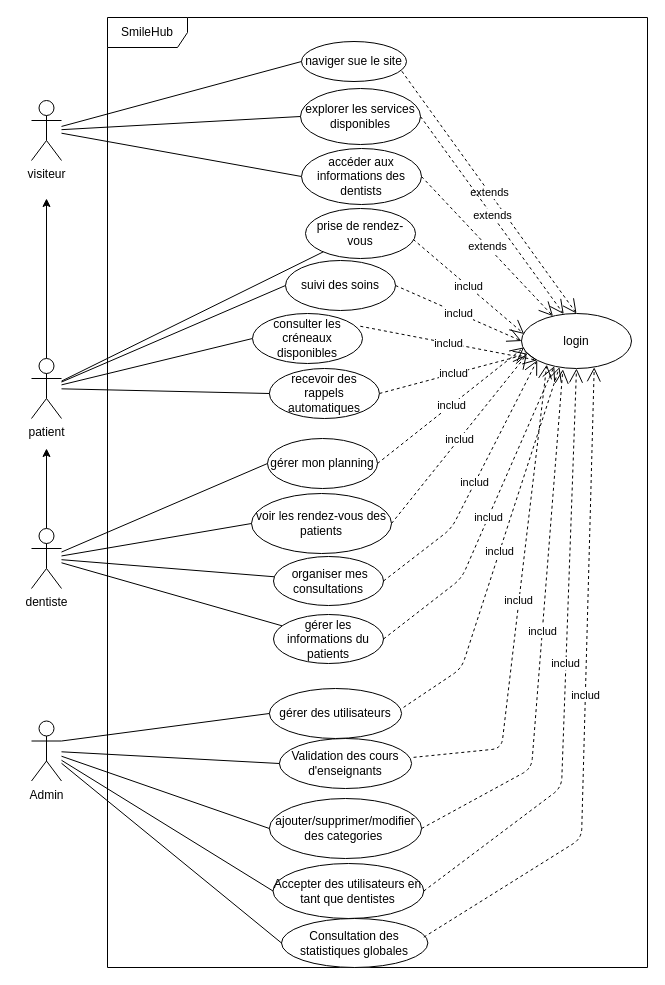
This is CONCEPTION/UC.drawio from AmeksaKhadija/SmilHub, a draw.io file, before an edit. Source tidied: cells renumbered, new cells numbered last; positions are measured from the earlier drawing's top-left corner, leaving out a move shared by most shapes. Both pictures are drawn from the tidied source at 100%, with x=0, y=0 at pixel (31, 17).
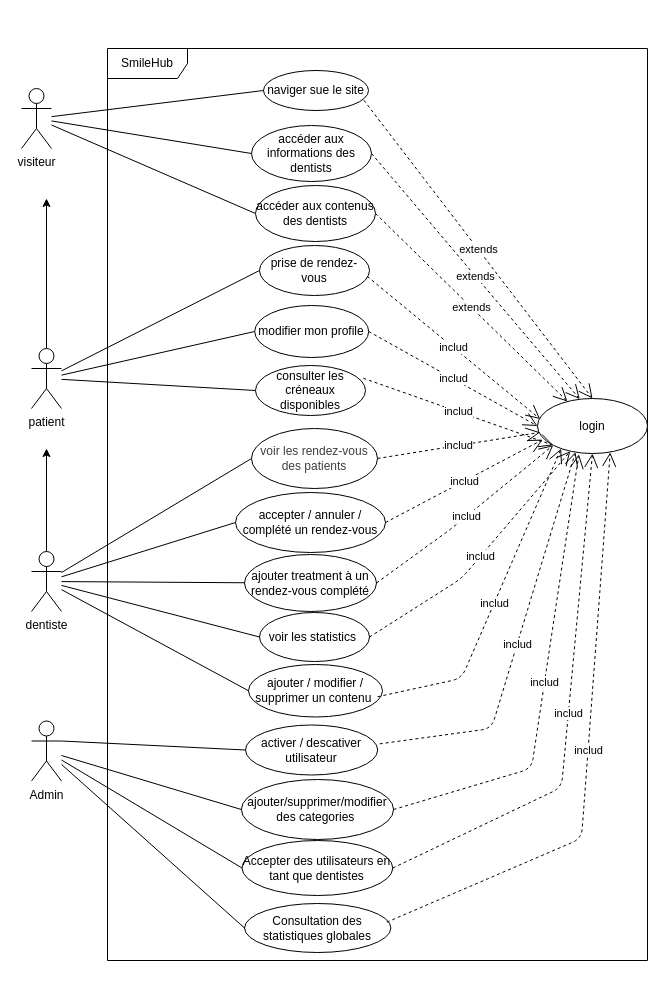
The same diagram, later.

Unchanged cells that the change refers to:
```xml
<mxCell id="6" value="Admin" style="shape=umlActor;verticalLabelPosition=bottom;verticalAlign=top;html=1;" parent="1" vertex="1">
  <mxGeometry y="703.5" width="30" height="60" as="geometry" />
</mxCell>
```

The edit, as a diff of the source:
```diff
@@
     <mxCell id="2" value="SmileHub" style="shape=umlFrame;whiteSpace=wrap;html=1;width=80;height=30;" parent="1" vertex="1">
-      <mxGeometry x="76" width="540" height="950" as="geometry" />
+      <mxGeometry x="76" y="31" width="540" height="912" as="geometry" />
     </mxCell>
     <mxCell id="3" value="visiteur" style="shape=umlActor;verticalLabelPosition=bottom;verticalAlign=top;html=1;" parent="1" vertex="1">
-      <mxGeometry y="83" width="30" height="60" as="geometry" />
+      <mxGeometry x="-10" y="71" width="30" height="60" as="geometry" />
     </mxCell>
@@
     <mxCell id="5" value="dentiste" style="shape=umlActor;verticalLabelPosition=bottom;verticalAlign=top;html=1;" parent="1" vertex="1">
-      <mxGeometry y="511" width="30" height="60" as="geometry" />
+      <mxGeometry y="534" width="30" height="60" as="geometry" />
     </mxCell>
@@
     <mxCell id="7" value="naviger sue le site" style="ellipse;whiteSpace=wrap;html=1;" parent="1" vertex="1">
-      <mxGeometry x="270" y="24" width="105" height="40" as="geometry" />
+      <mxGeometry x="232" y="53" width="105" height="40" as="geometry" />
     </mxCell>
-    <mxCell id="8" value="explorer les services disponibles" style="ellipse;whiteSpace=wrap;html=1;" parent="1" vertex="1">
-      <mxGeometry x="269" y="71" width="120" height="56" as="geometry" />
+    <mxCell id="8" value="&lt;span style=&quot;color: rgb(0, 0, 0);&quot;&gt;accéder aux informations des dentists&lt;/span&gt;" style="ellipse;whiteSpace=wrap;html=1;" parent="1" vertex="1">
+      <mxGeometry x="220" y="108" width="120" height="56" as="geometry" />
     </mxCell>
     <mxCell id="9" value="prise de rendez-vous" style="ellipse;whiteSpace=wrap;html=1;" parent="1" vertex="1">
-      <mxGeometry x="274" y="191" width="110" height="50" as="geometry" />
+      <mxGeometry x="228" y="228" width="110" height="50" as="geometry" />
     </mxCell>
-    <mxCell id="10" value="suivi des soins" style="ellipse;whiteSpace=wrap;html=1;" parent="1" vertex="1">
-      <mxGeometry x="254" y="243" width="110" height="50" as="geometry" />
+    <mxCell id="10" value="modifier mon profile" style="ellipse;whiteSpace=wrap;html=1;" parent="1" vertex="1">
+      <mxGeometry x="223.2" y="288" width="114" height="52" as="geometry" />
     </mxCell>
@@
-    <mxCell id="13" style="endArrow=none;html=1;" parent="1" edge="1" source="40" target="9">
+    <mxCell id="13" style="endArrow=none;html=1;entryX=0;entryY=0.5;entryDx=0;entryDy=0;" parent="1" edge="1" source="40" target="9">
       <mxGeometry relative="1" as="geometry" />
     </mxCell>
@@
-    <mxCell id="15" value="gérer mon planning" style="ellipse;whiteSpace=wrap;html=1;" parent="1" vertex="1">
-      <mxGeometry x="236" y="421" width="110" height="50" as="geometry" />
+    <mxCell id="15" value="&lt;span style=&quot;color: rgb(63, 63, 63);&quot;&gt;voir les rendez-vous des patients&lt;/span&gt;" style="ellipse;whiteSpace=wrap;html=1;" parent="1" vertex="1">
+      <mxGeometry x="220" y="411" width="126" height="60" as="geometry" />
     </mxCell>
-    <mxCell id="16" value="&lt;p&gt;voir les rendez-vous des patients&lt;/p&gt;" style="ellipse;whiteSpace=wrap;html=1;" parent="1" vertex="1">
-      <mxGeometry x="220" y="476" width="140" height="60" as="geometry" />
+    <mxCell id="16" value="accepter / annuler / complété un rendez-vous" style="ellipse;whiteSpace=wrap;html=1;" parent="1" vertex="1">
+      <mxGeometry x="204" y="475" width="150" height="60" as="geometry" />
     </mxCell>
-    <mxCell id="17" value="&amp;nbsp;organiser mes consultations" style="ellipse;whiteSpace=wrap;html=1;" parent="1" vertex="1">
-      <mxGeometry x="242" y="539" width="110" height="49" as="geometry" />
+    <mxCell id="17" value="ajouter treatment à un rendez-vous complété" style="ellipse;whiteSpace=wrap;html=1;" parent="1" vertex="1">
+      <mxGeometry x="213" y="537" width="132" height="57" as="geometry" />
     </mxCell>
-    <mxCell id="18" value="Validation des cours d'enseignants" style="ellipse;whiteSpace=wrap;html=1;" parent="1" vertex="1">
-      <mxGeometry x="247.9" y="721" width="132.2" height="50" as="geometry" />
-    </mxCell>
@@
-    <mxCell id="22" style="endArrow=none;html=1;entryX=0;entryY=0.5;entryDx=0;entryDy=0;" parent="1" edge="1" source="6" target="18">
-      <mxGeometry relative="1" as="geometry" />
-    </mxCell>
     <mxCell id="23" value="ajouter/supprimer/modifier des categories&amp;nbsp;" style="ellipse;whiteSpace=wrap;html=1;" parent="1" vertex="1">
-      <mxGeometry x="237.9" y="781" width="152.2" height="60" as="geometry" />
+      <mxGeometry x="209.9" y="762" width="152.2" height="60" as="geometry" />
     </mxCell>
     <mxCell id="24" value="Accepter des utilisateurs en tant que dentistes" style="ellipse;whiteSpace=wrap;html=1;" parent="1" vertex="1">
-      <mxGeometry x="241.5" y="846" width="150.8" height="55" as="geometry" />
+      <mxGeometry x="210.5" y="823" width="150.8" height="55" as="geometry" />
     </mxCell>
     <mxCell id="25" value="Consultation des statistiques globales" style="ellipse;whiteSpace=wrap;html=1;" parent="1" vertex="1">
-      <mxGeometry x="250" y="901" width="146.4" height="49" as="geometry" />
+      <mxGeometry x="213" y="886" width="146.4" height="49" as="geometry" />
     </mxCell>
@@
     <mxCell id="29" value="login" style="ellipse;whiteSpace=wrap;html=1;" parent="1" vertex="1">
-      <mxGeometry x="490" y="296" width="110" height="55" as="geometry" />
+      <mxGeometry x="506" y="381" width="110" height="55" as="geometry" />
     </mxCell>
@@
-    <mxCell id="35" value="includ" style="endArrow=open;endSize=12;dashed=1;html=1;exitX=1.015;exitY=0.377;exitDx=0;exitDy=0;entryX=0.23;entryY=0.93;entryDx=0;entryDy=0;exitPerimeter=0;entryPerimeter=0;" parent="1" edge="1" source="18" target="29">
-      <mxGeometry relative="1" as="geometry">
-        <Array as="points">
-          <mxPoint x="470" y="731" />
-        </Array>
-      </mxGeometry>
-    </mxCell>
@@
     <mxCell id="40" value="patient" style="shape=umlActor;verticalLabelPosition=bottom;verticalAlign=top;html=1;" parent="1" vertex="1">
-      <mxGeometry y="341" width="30" height="60" as="geometry" />
+      <mxGeometry y="331" width="30" height="60" as="geometry" />
     </mxCell>
@@
-    <mxCell id="42" value="accéder aux informations des dentists" style="ellipse;whiteSpace=wrap;html=1;" parent="1" vertex="1">
-      <mxGeometry x="270" y="131" width="120" height="56" as="geometry" />
+    <mxCell id="42" value="accéder aux contenus des dentists" style="ellipse;whiteSpace=wrap;html=1;" parent="1" vertex="1">
+      <mxGeometry x="224" y="168" width="120" height="56" as="geometry" />
     </mxCell>
@@
-    <mxCell id="44" value="consulter les créneaux disponibles" style="ellipse;whiteSpace=wrap;html=1;" parent="1" vertex="1">
-      <mxGeometry x="221" y="296" width="110" height="50" as="geometry" />
+    <mxCell id="44" value="&lt;span&gt;consulter les créneaux disponibles&lt;/span&gt;" style="ellipse;whiteSpace=wrap;html=1;" parent="1" vertex="1">
+      <mxGeometry x="224" y="348" width="110" height="50" as="geometry" />
     </mxCell>
@@
-    <mxCell id="46" value="recevoir des rappels automatiques" style="ellipse;whiteSpace=wrap;html=1;" parent="1" vertex="1">
-      <mxGeometry x="237.9" y="351" width="110" height="50" as="geometry" />
-    </mxCell>
-    <mxCell id="47" value="includ" style="endArrow=open;endSize=12;dashed=1;html=1;exitX=1;exitY=0.5;exitDx=0;exitDy=0;" parent="1" edge="1" source="46" target="29">
-      <mxGeometry relative="1" as="geometry" />
-    </mxCell>
-    <mxCell id="48" style="endArrow=none;html=1;entryX=0;entryY=0.5;entryDx=0;entryDy=0;" parent="1" edge="1" source="40" target="46">
-      <mxGeometry relative="1" as="geometry" />
-    </mxCell>
-    <mxCell id="49" value="gérer les informations du patients" style="ellipse;whiteSpace=wrap;html=1;" parent="1" vertex="1">
-      <mxGeometry x="242" y="597" width="110" height="49" as="geometry" />
+    <mxCell id="49" value="voir les statistics&amp;nbsp;" style="ellipse;whiteSpace=wrap;html=1;" parent="1" vertex="1">
+      <mxGeometry x="228" y="595" width="110" height="49" as="geometry" />
     </mxCell>
-    <mxCell id="50" style="endArrow=none;html=1;" parent="1" edge="1" source="5" target="49">
+    <mxCell id="50" style="endArrow=none;html=1;entryX=0;entryY=0.5;entryDx=0;entryDy=0;" parent="1" edge="1" source="5" target="49">
       <mxGeometry relative="1" as="geometry" />
     </mxCell>
@@
-    <mxCell id="55" value="&lt;span style=&quot;color: rgb(0, 0, 0);&quot;&gt;gérer des utilisateurs&lt;/span&gt;" style="ellipse;whiteSpace=wrap;html=1;" parent="1" vertex="1">
-      <mxGeometry x="237.9" y="671" width="132.2" height="50" as="geometry" />
+    <mxCell id="55" value="&lt;span style=&quot;color: rgb(0, 0, 0);&quot;&gt;activer / descativer utilisateur&lt;/span&gt;" style="ellipse;whiteSpace=wrap;html=1;" parent="1" vertex="1">
+      <mxGeometry x="214" y="707.5" width="132.2" height="50" as="geometry" />
     </mxCell>
@@
     <mxCell id="57" value="includ" style="endArrow=open;endSize=12;dashed=1;html=1;exitX=1.015;exitY=0.377;exitDx=0;exitDy=0;entryX=0.345;entryY=0.975;entryDx=0;entryDy=0;exitPerimeter=0;entryPerimeter=0;" parent="1" edge="1" source="55" target="29">
       <mxGeometry relative="1" as="geometry">
         <Array as="points">
-          <mxPoint x="430" y="651" />
+          <mxPoint x="460" y="711" />
         </Array>
       </mxGeometry>
     </mxCell>
+    <mxCell id="58" value="ajouter / modifier / supprimer un contenu&amp;nbsp;" style="ellipse;whiteSpace=wrap;html=1;" parent="1" vertex="1">
+      <mxGeometry x="217" y="647" width="134" height="52.5" as="geometry" />
+    </mxCell>
+    <mxCell id="59" style="endArrow=none;html=1;entryX=0;entryY=0.5;entryDx=0;entryDy=0;" parent="1" edge="1" source="5" target="58">
+      <mxGeometry relative="1" as="geometry" />
+    </mxCell>
+    <mxCell id="60" value="includ" style="endArrow=open;endSize=12;dashed=1;html=1;exitX=0.963;exitY=0.614;exitDx=0;exitDy=0;entryX=0.215;entryY=0.913;entryDx=0;entryDy=0;entryPerimeter=0;exitPerimeter=0;" parent="1" edge="1" source="58" target="29">
+      <mxGeometry relative="1" as="geometry">
+        <Array as="points">
+          <mxPoint x="430" y="661" />
+        </Array>
+      </mxGeometry>
+    </mxCell>
```
